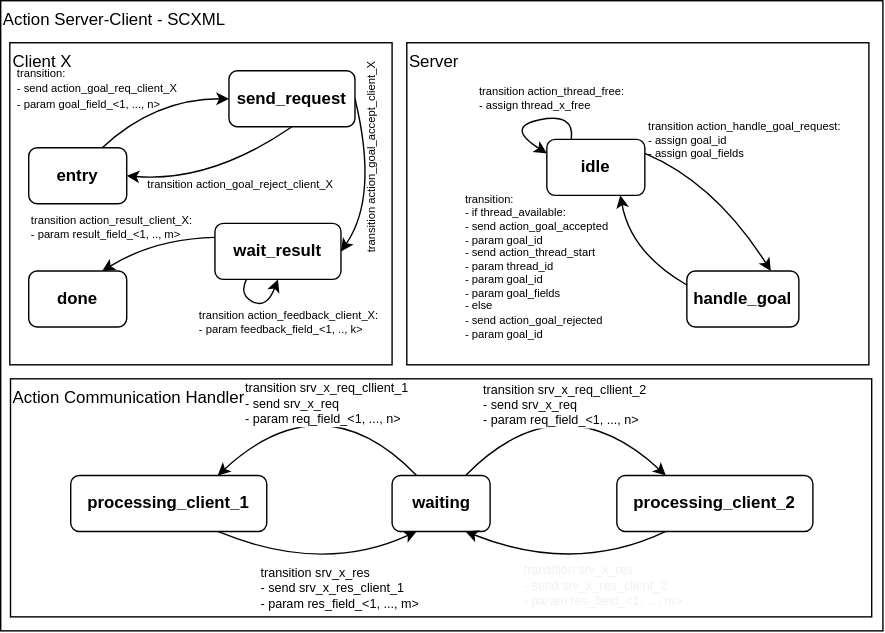
convince-project/AS2FM keeps this draw.io diagram as docs/source/graphics/ros_action_to_scxml.drawio.svg. Above is the earlier version. Source tidied: cells renumbered, new cells last; positions are measured from the earlier drawing's top-left corner, leaving out a move shared by most shapes.
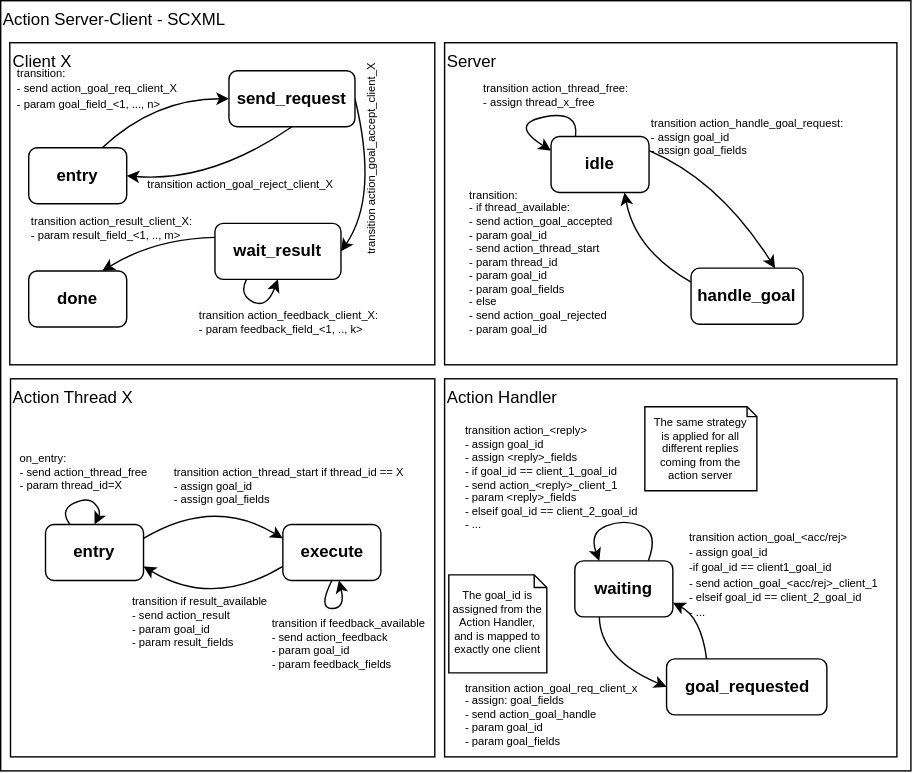
The same file after the commit.

Diff of the diagram source:
```diff
@@ -3,64 +3,59 @@
     <mxCell id="0" />
     <mxCell id="1" parent="0" />
     <mxCell id="2" value="Action Server-Client - SCXML" style="rounded=0;whiteSpace=wrap;html=1;labelPosition=center;verticalLabelPosition=middle;align=left;verticalAlign=top;" parent="1" vertex="1">
-      <mxGeometry width="630" height="450" as="geometry" />
+      <mxGeometry width="650" height="550" as="geometry" />
     </mxCell>
-    <mxCell id="3" value="Action Communication Handler" style="rounded=0;whiteSpace=wrap;html=1;labelPosition=center;verticalLabelPosition=middle;align=left;verticalAlign=top;" parent="1" vertex="1">
-      <mxGeometry x="7" y="270" width="615" height="170" as="geometry" />
+    <mxCell id="3" value="Action Thread X" style="rounded=0;whiteSpace=wrap;html=1;labelPosition=center;verticalLabelPosition=middle;align=left;verticalAlign=top;" parent="1" vertex="1">
+      <mxGeometry x="7" y="270" width="303" height="270" as="geometry" />
     </mxCell>
-    <mxCell id="4" value="&lt;span style=&quot;&quot;&gt;transition srv_x_req_cllient_2&lt;/span&gt;&lt;br style=&quot;&quot;&gt;&lt;span style=&quot;&quot;&gt;- send srv_x_req&lt;/span&gt;&lt;br style=&quot;&quot;&gt;&lt;div style=&quot;&quot;&gt;&amp;nbsp; - param req_field_&amp;lt;1, ..., n&amp;gt;&lt;/div&gt;" style="edgeStyle=none;curved=1;html=1;exitX=0.75;exitY=0;exitDx=0;exitDy=0;entryX=0.25;entryY=0;entryDx=0;entryDy=0;fontSize=9;align=left;" parent="1" edge="1" source="6" target="10">
+    <mxCell id="4" value="&lt;span style=&quot;&quot;&gt;transition srv_x_req_cllient_2&lt;/span&gt;&lt;br style=&quot;&quot;&gt;&lt;span style=&quot;&quot;&gt;- send srv_x_req&lt;/span&gt;&lt;br style=&quot;&quot;&gt;&lt;div style=&quot;&quot;&gt;&amp;nbsp; - param req_field_&amp;lt;1, ..., n&amp;gt;&lt;/div&gt;" style="edgeStyle=none;curved=1;html=1;exitX=0.75;exitY=0;exitDx=0;exitDy=0;entryX=0.25;entryY=0;entryDx=0;entryDy=0;fontSize=9;align=left;" parent="1" edge="1">
       <mxGeometry x="-0.57" y="27" relative="1" as="geometry">
+        <mxPoint x="332" y="339" as="sourcePoint" />
         <Array as="points">
           <mxPoint x="400" y="270" />
         </Array>
       </mxGeometry>
     </mxCell>
-    <mxCell id="5" value="transition srv_x_req_cllient_1&lt;br&gt;- send srv_x_req&lt;br&gt;&lt;div style=&quot;&quot;&gt;&amp;nbsp; - param req_field_&amp;lt;1, ..., n&amp;gt;&lt;/div&gt;" style="edgeStyle=none;curved=1;html=1;exitX=0.25;exitY=0;exitDx=0;exitDy=0;entryX=0.75;entryY=0;entryDx=0;entryDy=0;fontSize=9;align=left;" parent="1" edge="1" source="6" target="8">
+    <mxCell id="5" value="transition srv_x_req_cllient_1&lt;br&gt;- send srv_x_req&lt;br&gt;&lt;div style=&quot;&quot;&gt;&amp;nbsp; - param req_field_&amp;lt;1, ..., n&amp;gt;&lt;/div&gt;" style="edgeStyle=none;curved=1;html=1;exitX=0.25;exitY=0;exitDx=0;exitDy=0;entryX=0.75;entryY=0;entryDx=0;entryDy=0;fontSize=9;align=left;" parent="1" edge="1">
       <mxGeometry x="0.52" y="-26" relative="1" as="geometry">
+        <mxPoint x="297" y="339" as="sourcePoint" />
         <Array as="points">
           <mxPoint x="230" y="270" />
         </Array>
       </mxGeometry>
     </mxCell>
-    <mxCell id="6" value="&lt;b&gt;waiting&lt;/b&gt;" style="rounded=1;whiteSpace=wrap;html=1;align=center;" parent="1" vertex="1">
-      <mxGeometry x="279.5" y="339" width="70" height="40" as="geometry" />
-    </mxCell>
-    <mxCell id="7" value="&lt;div style=&quot;&quot;&gt;transition srv_x_res&lt;/div&gt;&lt;div style=&quot;&quot;&gt;- send srv_x_res_client_1&lt;/div&gt;&lt;div style=&quot;&quot;&gt;&amp;nbsp; - param res_field_&amp;lt;1, ..., m&amp;gt;&lt;/div&gt;" style="edgeStyle=none;curved=1;html=1;exitX=0.75;exitY=1;exitDx=0;exitDy=0;entryX=0.25;entryY=1;entryDx=0;entryDy=0;fontSize=9;align=left;" parent="1" edge="1" source="8" target="6">
+    <mxCell id="7" value="&lt;div style=&quot;&quot;&gt;transition srv_x_res&lt;/div&gt;&lt;div style=&quot;&quot;&gt;- send srv_x_res_client_1&lt;/div&gt;&lt;div style=&quot;&quot;&gt;&amp;nbsp; - param res_field_&amp;lt;1, ..., m&amp;gt;&lt;/div&gt;" style="edgeStyle=none;curved=1;html=1;exitX=0.75;exitY=1;exitDx=0;exitDy=0;entryX=0.25;entryY=1;entryDx=0;entryDy=0;fontSize=9;align=left;" parent="1" edge="1">
       <mxGeometry x="-0.45" y="-27" relative="1" as="geometry">
+        <mxPoint x="297" y="379" as="targetPoint" />
         <Array as="points">
           <mxPoint x="230" y="410" />
         </Array>
       </mxGeometry>
     </mxCell>
-    <mxCell id="8" value="&lt;b&gt;processing_client_1&lt;/b&gt;" style="rounded=1;whiteSpace=wrap;html=1;align=center;" parent="1" vertex="1">
-      <mxGeometry x="50" y="339" width="140" height="40" as="geometry" />
-    </mxCell>
-    <mxCell id="9" value="&lt;div style=&quot;border-color: rgb(0, 0, 0); color: rgb(240, 240, 240); font-family: Helvetica; font-size: 9px; font-style: normal; font-variant-ligatures: normal; font-variant-caps: normal; font-weight: 400; letter-spacing: normal; orphans: 2; text-indent: 0px; text-transform: none; widows: 2; word-spacing: 0px; -webkit-text-stroke-width: 0px; text-decoration-thickness: initial; text-decoration-style: initial; text-decoration-color: initial;&quot;&gt;transition srv_x_res&lt;/div&gt;&lt;div style=&quot;border-color: rgb(0, 0, 0); color: rgb(240, 240, 240); font-family: Helvetica; font-size: 9px; font-style: normal; font-variant-ligatures: normal; font-variant-caps: normal; font-weight: 400; letter-spacing: normal; orphans: 2; text-indent: 0px; text-transform: none; widows: 2; word-spacing: 0px; -webkit-text-stroke-width: 0px; text-decoration-thickness: initial; text-decoration-style: initial; text-decoration-color: initial;&quot;&gt;- send srv_x_res_client_2&lt;/div&gt;&lt;div style=&quot;border-color: rgb(0, 0, 0); color: rgb(240, 240, 240); font-family: Helvetica; font-size: 9px; font-style: normal; font-variant-ligatures: normal; font-variant-caps: normal; font-weight: 400; letter-spacing: normal; orphans: 2; text-indent: 0px; text-transform: none; widows: 2; word-spacing: 0px; -webkit-text-stroke-width: 0px; text-decoration-thickness: initial; text-decoration-style: initial; text-decoration-color: initial;&quot;&gt;&amp;nbsp; - param res_field_&amp;lt;1, ..., m&amp;gt;&lt;/div&gt;" style="edgeStyle=none;curved=1;html=1;exitX=0.25;exitY=1;exitDx=0;exitDy=0;entryX=0.75;entryY=1;entryDx=0;entryDy=0;fontSize=9;align=left;" parent="1" edge="1" source="10" target="6">
+    <mxCell id="9" value="&lt;div style=&quot;border-color: rgb(0, 0, 0); color: rgb(240, 240, 240); font-family: Helvetica; font-size: 9px; font-style: normal; font-variant-ligatures: normal; font-variant-caps: normal; font-weight: 400; letter-spacing: normal; orphans: 2; text-indent: 0px; text-transform: none; widows: 2; word-spacing: 0px; -webkit-text-stroke-width: 0px; text-decoration-thickness: initial; text-decoration-style: initial; text-decoration-color: initial;&quot;&gt;transition srv_x_res&lt;/div&gt;&lt;div style=&quot;border-color: rgb(0, 0, 0); color: rgb(240, 240, 240); font-family: Helvetica; font-size: 9px; font-style: normal; font-variant-ligatures: normal; font-variant-caps: normal; font-weight: 400; letter-spacing: normal; orphans: 2; text-indent: 0px; text-transform: none; widows: 2; word-spacing: 0px; -webkit-text-stroke-width: 0px; text-decoration-thickness: initial; text-decoration-style: initial; text-decoration-color: initial;&quot;&gt;- send srv_x_res_client_2&lt;/div&gt;&lt;div style=&quot;border-color: rgb(0, 0, 0); color: rgb(240, 240, 240); font-family: Helvetica; font-size: 9px; font-style: normal; font-variant-ligatures: normal; font-variant-caps: normal; font-weight: 400; letter-spacing: normal; orphans: 2; text-indent: 0px; text-transform: none; widows: 2; word-spacing: 0px; -webkit-text-stroke-width: 0px; text-decoration-thickness: initial; text-decoration-style: initial; text-decoration-color: initial;&quot;&gt;&amp;nbsp; - param res_field_&amp;lt;1, ..., m&amp;gt;&lt;/div&gt;" style="edgeStyle=none;curved=1;html=1;exitX=0.25;exitY=1;exitDx=0;exitDy=0;entryX=0.75;entryY=1;entryDx=0;entryDy=0;fontSize=9;align=left;" parent="1" edge="1">
       <mxGeometry x="0.33" y="21" relative="1" as="geometry">
+        <mxPoint x="332" y="379" as="targetPoint" />
         <Array as="points">
           <mxPoint x="410" y="410" />
         </Array>
       </mxGeometry>
     </mxCell>
-    <mxCell id="10" value="&lt;b&gt;processing_client_2&lt;/b&gt;" style="rounded=1;whiteSpace=wrap;html=1;align=center;" parent="1" vertex="1">
-      <mxGeometry x="440" y="339" width="140" height="40" as="geometry" />
-    </mxCell>
     <mxCell id="11" value="Server" style="rounded=0;whiteSpace=wrap;html=1;labelPosition=center;verticalLabelPosition=middle;align=left;verticalAlign=top;" parent="1" vertex="1">
-      <mxGeometry x="290" y="30" width="330" height="230" as="geometry" />
+      <mxGeometry x="317" y="30" width="323" height="230" as="geometry" />
     </mxCell>
     <mxCell id="12" value="&lt;div style=&quot;text-align: left;&quot;&gt;&lt;span style=&quot;background-color: initial;&quot;&gt;transition action_handle_goal_request:&lt;/span&gt;&lt;/div&gt;&lt;div style=&quot;text-align: left;&quot;&gt;&lt;span style=&quot;background-color: initial;&quot;&gt;&amp;nbsp; - assign goal_id&lt;/span&gt;&lt;/div&gt;&lt;div style=&quot;text-align: left;&quot;&gt;&lt;span style=&quot;background-color: initial;&quot;&gt;&amp;nbsp; - assign goal_fields&lt;/span&gt;&lt;/div&gt;" style="edgeStyle=none;curved=1;html=1;exitX=1;exitY=0.25;exitDx=0;exitDy=0;entryX=0.75;entryY=0;entryDx=0;entryDy=0;labelBackgroundColor=none;fontSize=8;" parent="1" edge="1" source="13" target="27">
       <mxGeometry x="-0.16" y="36" relative="1" as="geometry">
         <Array as="points">
-          <mxPoint x="510" y="130" />
+          <mxPoint x="513" y="128" />
         </Array>
         <mxPoint x="-10" y="-11" as="offset" />
       </mxGeometry>
     </mxCell>
     <mxCell id="13" value="&lt;b&gt;idle&lt;/b&gt;" style="rounded=1;whiteSpace=wrap;html=1;align=center;" parent="1" vertex="1">
-      <mxGeometry x="390" y="99" width="70" height="40" as="geometry" />
+      <mxGeometry x="393" y="97" width="70" height="40" as="geometry" />
     </mxCell>
     <mxCell id="14" value="Client X" style="rounded=0;whiteSpace=wrap;html=1;labelPosition=center;verticalLabelPosition=middle;align=left;verticalAlign=top;" parent="1" vertex="1">
-      <mxGeometry x="6.5" y="30" width="273" height="230" as="geometry" />
+      <mxGeometry x="6.5" y="30" width="303.5" height="230" as="geometry" />
     </mxCell>
     <mxCell id="15" value="&lt;b&gt;entry&lt;/b&gt;" style="rounded=1;whiteSpace=wrap;html=1;align=center;" parent="1" vertex="1">
       <mxGeometry x="20" y="105" width="70" height="40" as="geometry" />
@@ -120,8 +115,8 @@
     <mxCell id="25" value="transition action_thread_free:&lt;br&gt;&amp;nbsp; - assign thread_x_free" style="edgeStyle=none;curved=1;html=1;exitX=0.25;exitY=0;exitDx=0;exitDy=0;entryX=0;entryY=0.25;entryDx=0;entryDy=0;labelBackgroundColor=none;fontSize=8;align=left;" parent="1" edge="1" source="13" target="13">
       <mxGeometry x="0.33" y="28" relative="1" as="geometry">
         <Array as="points">
-          <mxPoint x="410" y="80" />
-          <mxPoint x="360" y="90" />
+          <mxPoint x="413" y="78" />
+          <mxPoint x="363" y="88" />
         </Array>
         <mxPoint x="-35" y="4" as="offset" />
       </mxGeometry>
@@ -129,12 +124,90 @@
     <mxCell id="26" value="transition:&lt;br&gt;&amp;nbsp; - if thread_available:&lt;br&gt;&amp;nbsp; &amp;nbsp; - send action_goal_accepted&lt;br&gt;&amp;nbsp; &amp;nbsp; &amp;nbsp; - param goal_id&lt;br&gt;&amp;nbsp; &amp;nbsp; - send action_thread_start&lt;br&gt;&amp;nbsp; &amp;nbsp; &amp;nbsp; - param thread_id&lt;br&gt;&amp;nbsp; &amp;nbsp; &amp;nbsp; - param goal_id&lt;br&gt;&amp;nbsp; &amp;nbsp; &amp;nbsp; - param goal_fields&lt;br&gt;&amp;nbsp; - else&lt;br&gt;&amp;nbsp; &amp;nbsp; - send action_goal_rejected&lt;br&gt;&amp;nbsp; &amp;nbsp; &amp;nbsp; - param goal_id" style="edgeStyle=none;curved=1;html=1;exitX=0;exitY=0.25;exitDx=0;exitDy=0;entryX=0.75;entryY=1;entryDx=0;entryDy=0;labelBackgroundColor=none;fontSize=8;align=left;" parent="1" edge="1" source="27" target="13">
       <mxGeometry x="0.32" y="120" relative="1" as="geometry">
         <Array as="points">
-          <mxPoint x="450" y="180" />
+          <mxPoint x="453" y="178" />
         </Array>
       </mxGeometry>
     </mxCell>
     <mxCell id="27" value="&lt;b&gt;handle_goal&lt;/b&gt;" style="rounded=1;whiteSpace=wrap;html=1;align=center;" parent="1" vertex="1">
-      <mxGeometry x="490" y="193" width="80" height="40" as="geometry" />
+      <mxGeometry x="493" y="191" width="80" height="40" as="geometry" />
     </mxCell>
+    <mxCell id="28" value="transition action_thread_start if thread_id == X&lt;br&gt;- assign goal_id&lt;br&gt;&lt;div style=&quot;&quot;&gt;- assign goal_fields&lt;/div&gt;" style="edgeStyle=none;curved=1;html=1;exitX=1;exitY=0.25;exitDx=0;exitDy=0;entryX=0;entryY=0.25;entryDx=0;entryDy=0;fontSize=8;align=left;verticalAlign=bottom;" parent="1" edge="1" source="29" target="32">
+      <mxGeometry x="-0.53" y="7" relative="1" as="geometry">
+        <Array as="points">
+          <mxPoint x="152" y="354" />
+        </Array>
+      </mxGeometry>
+    </mxCell>
+    <mxCell id="29" value="&lt;b&gt;entry&lt;/b&gt;" style="rounded=1;whiteSpace=wrap;html=1;align=center;" parent="1" vertex="1">
+      <mxGeometry x="32" y="374" width="70" height="40" as="geometry" />
+    </mxCell>
+    <mxCell id="30" value="on_entry:&lt;br style=&quot;font-size: 8px;&quot;&gt;- send action_thread_free&lt;br style=&quot;font-size: 8px;&quot;&gt;&amp;nbsp; - param thread_id=X" style="edgeStyle=none;html=1;entryX=0.5;entryY=0;entryDx=0;entryDy=0;exitX=0.25;exitY=0;exitDx=0;exitDy=0;curved=1;align=left;fontSize=8;verticalAlign=bottom;" parent="1" edge="1" source="29" target="29">
+      <mxGeometry x="-0.58" y="32" relative="1" as="geometry">
+        <Array as="points">
+          <mxPoint x="42" y="364" />
+          <mxPoint x="62" y="354" />
+          <mxPoint x="72" y="364" />
+        </Array>
+        <mxPoint x="-16" y="19" as="offset" />
+      </mxGeometry>
+    </mxCell>
+    <mxCell id="31" value="&lt;div style=&quot;text-align: left;&quot;&gt;transition if result_available&lt;/div&gt;&lt;div style=&quot;text-align: left;&quot;&gt;&amp;nbsp; - send action_result&lt;/div&gt;&lt;div style=&quot;text-align: left;&quot;&gt;&amp;nbsp; &amp;nbsp; - param goal_id&lt;/div&gt;&lt;div style=&quot;text-align: left;&quot;&gt;&amp;nbsp; &amp;nbsp; - param result_fields&lt;/div&gt;" style="edgeStyle=none;curved=1;html=1;exitX=0;exitY=0.75;exitDx=0;exitDy=0;entryX=1;entryY=0.75;entryDx=0;entryDy=0;fontSize=8;" parent="1" edge="1" source="32" target="29">
+      <mxGeometry x="0.06" y="14" relative="1" as="geometry">
+        <Array as="points">
+          <mxPoint x="152" y="434" />
+        </Array>
+      </mxGeometry>
+    </mxCell>
+    <mxCell id="32" value="&lt;b&gt;execute&lt;/b&gt;" style="rounded=1;whiteSpace=wrap;html=1;align=center;" parent="1" vertex="1">
+      <mxGeometry x="201.5" y="374" width="70" height="40" as="geometry" />
+    </mxCell>
+    <mxCell id="33" value="transition if feedback_available&lt;br&gt;&amp;nbsp; - send action_feedback&lt;br&gt;&amp;nbsp; &amp;nbsp; - param goal_id&lt;br&gt;&amp;nbsp; &amp;nbsp; - param feedback_fields" style="edgeStyle=none;curved=1;html=1;exitX=0.5;exitY=1;exitDx=0;exitDy=0;fontSize=8;align=left;verticalAlign=top;" parent="1" edge="1" source="32" target="32">
+      <mxGeometry x="-0.29" y="-35" relative="1" as="geometry">
+        <Array as="points">
+          <mxPoint x="242" y="434" />
+        </Array>
+        <mxPoint x="-35" y="-35" as="offset" />
+      </mxGeometry>
+    </mxCell>
+    <mxCell id="34" value="Action Handler" style="rounded=0;whiteSpace=wrap;html=1;labelPosition=center;verticalLabelPosition=middle;align=left;verticalAlign=top;" parent="1" vertex="1">
+      <mxGeometry x="317" y="270" width="323" height="270" as="geometry" />
+    </mxCell>
+    <mxCell id="35" value="transition&amp;nbsp;action_goal_req_client_x&lt;br style=&quot;font-size: 8px;&quot;&gt;- assign: goal_fields&lt;br&gt;- send action_goal_handle&lt;br&gt;&amp;nbsp; - param goal_id&lt;br&gt;&amp;nbsp; - param goal_fields" style="edgeStyle=none;html=1;entryX=0;entryY=0.5;entryDx=0;entryDy=0;align=left;fontSize=8;horizontal=1;exitX=0.25;exitY=1;exitDx=0;exitDy=0;curved=1;" parent="1" edge="1" source="6" target="40">
+      <mxGeometry x="-0.26" y="-106" relative="1" as="geometry">
+        <Array as="points">
+          <mxPoint x="428" y="470" />
+        </Array>
+        <mxPoint x="-57" y="-58" as="offset" />
+      </mxGeometry>
+    </mxCell>
+    <mxCell id="36" value="&lt;div style=&quot;&quot;&gt;&lt;span style=&quot;background-color: initial;&quot;&gt;transition action_&amp;lt;reply&amp;gt;&lt;/span&gt;&lt;/div&gt;&lt;div style=&quot;&quot;&gt;&lt;span style=&quot;background-color: initial;&quot;&gt;- assign goal_id&lt;/span&gt;&lt;/div&gt;&lt;div style=&quot;&quot;&gt;&lt;span style=&quot;background-color: initial;&quot;&gt;- assign &amp;lt;reply&amp;gt;_fields&lt;/span&gt;&lt;/div&gt;&lt;div style=&quot;&quot;&gt;&lt;div style=&quot;&quot;&gt;&lt;span style=&quot;background-color: initial;&quot;&gt;- if goal_id == client_1_goal_id&lt;/span&gt;&lt;/div&gt;&lt;div style=&quot;&quot;&gt;&lt;span style=&quot;background-color: initial;&quot;&gt;&amp;nbsp; - send action_&amp;lt;reply&amp;gt;_client_1&lt;/span&gt;&lt;/div&gt;&lt;div style=&quot;&quot;&gt;&lt;span style=&quot;background-color: initial;&quot;&gt;&amp;nbsp; &amp;nbsp; - param &amp;lt;reply&amp;gt;_fields&lt;/span&gt;&lt;/div&gt;&lt;div style=&quot;&quot;&gt;&lt;span style=&quot;background-color: initial;&quot;&gt;- elseif goal_id == client_2_goal_id&lt;/span&gt;&lt;/div&gt;&lt;div style=&quot;&quot;&gt;&lt;span style=&quot;background-color: initial;&quot;&gt;&amp;nbsp; - ...&lt;/span&gt;&lt;/div&gt;&lt;/div&gt;" style="edgeStyle=none;curved=1;html=1;exitX=0.75;exitY=0;exitDx=0;exitDy=0;entryX=0.25;entryY=0;entryDx=0;entryDy=0;labelBackgroundColor=none;fontSize=8;align=left;" parent="1" edge="1" source="6" target="6">
+      <mxGeometry x="0.56" y="-98" relative="1" as="geometry">
+        <Array as="points">
+          <mxPoint x="470" y="380" />
+          <mxPoint x="445" y="370" />
+          <mxPoint x="420" y="380" />
+        </Array>
+        <mxPoint x="2" y="-74" as="offset" />
+      </mxGeometry>
+    </mxCell>
+    <mxCell id="6" value="&lt;b&gt;waiting&lt;/b&gt;" style="rounded=1;whiteSpace=wrap;html=1;align=center;" parent="1" vertex="1">
+      <mxGeometry x="410" y="400" width="70" height="40" as="geometry" />
+    </mxCell>
+    <mxCell id="37" value="The goal_id is assigned from the Action Handler, and is mapped to exactly one client" style="shape=note2;boundedLbl=1;whiteSpace=wrap;html=1;size=9;verticalAlign=top;align=center;fontSize=8;spacingLeft=3;spacingRight=3;spacingBottom=0;spacing=1;spacingTop=-4;" parent="1" vertex="1">
+      <mxGeometry x="320" y="410" width="70" height="70" as="geometry" />
+    </mxCell>
+    <mxCell id="38" value="The same strategy is applied for all different replies coming from the action server" style="shape=note2;boundedLbl=1;whiteSpace=wrap;html=1;size=7;verticalAlign=top;align=center;fontSize=8;spacingLeft=3;spacingRight=3;spacingTop=-6;spacing=1;" parent="1" vertex="1">
+      <mxGeometry x="460" y="290" width="80" height="60" as="geometry" />
+    </mxCell>
+    <mxCell id="39" value="&lt;p style=&quot;line-height: 88%;&quot;&gt;&lt;font style=&quot;font-size: 8px;&quot;&gt;transition action_goal_&amp;lt;acc/rej&amp;gt;&lt;br&gt;- assign goal_id&lt;br&gt;-if goal_id == client1_goal_id&lt;br&gt;&amp;nbsp; - send action_goal_&amp;lt;acc/rej&amp;gt;_client_1&lt;br&gt;- elseif goal_id == client_2_goal_id&lt;br&gt;&amp;nbsp; - ...&lt;br&gt;&lt;/font&gt;&lt;/p&gt;" style="edgeStyle=none;html=1;exitX=0.25;exitY=0;exitDx=0;exitDy=0;entryX=1;entryY=0.75;entryDx=0;entryDy=0;curved=1;align=left;labelBackgroundColor=none;" parent="1" edge="1" source="40" target="6">
+      <mxGeometry x="1" y="-22" relative="1" as="geometry">
+        <Array as="points">
+          <mxPoint x="500" y="440" />
+        </Array>
+      </mxGeometry>
+    </mxCell>
+    <mxCell id="40" value="&lt;b&gt;goal_requested&lt;/b&gt;" style="rounded=1;whiteSpace=wrap;html=1;align=center;" parent="1" vertex="1">
+      <mxGeometry x="475.5" y="470" width="114.5" height="40" as="geometry" />
+    </mxCell>
   </root>
 </mxGraphModel>
```
